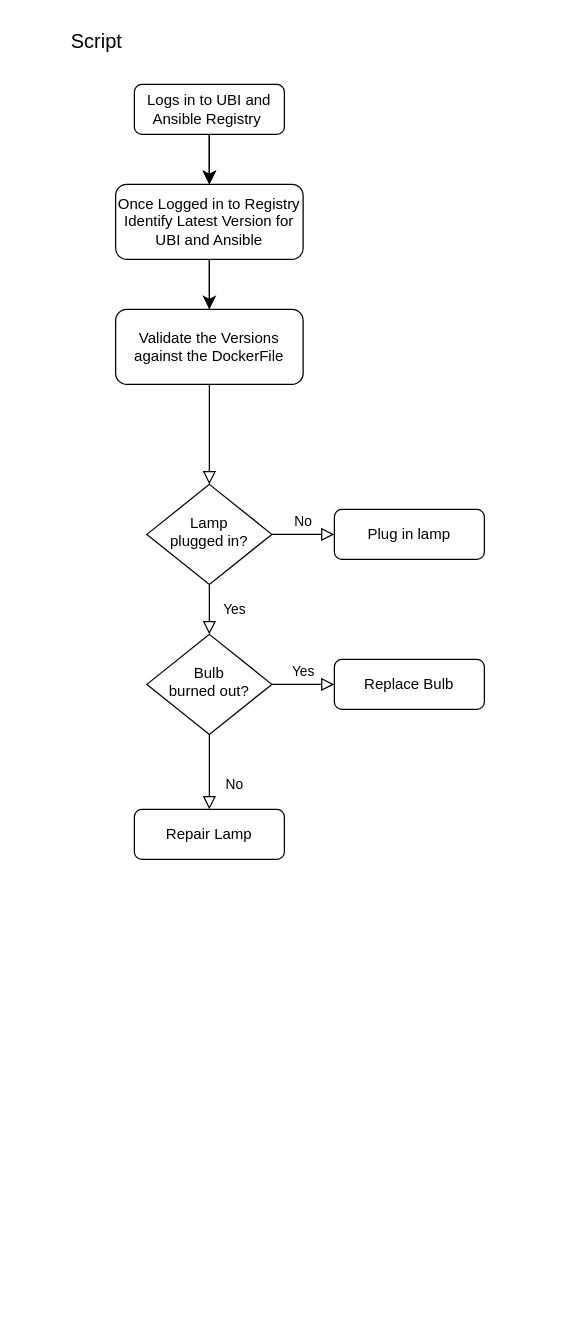
Before: Untitled Diagram.drawio in 87utierrez/BaseImageValidation, a draw.io diagram. Source tidied: cells renumbered, new cells numbered last; positions are measured from the earlier drawing's top-left corner, leaving out a move shared by most shapes. Both pictures are drawn from the tidied source at 125%, with x=0, y=0 at pixel (21, 21).
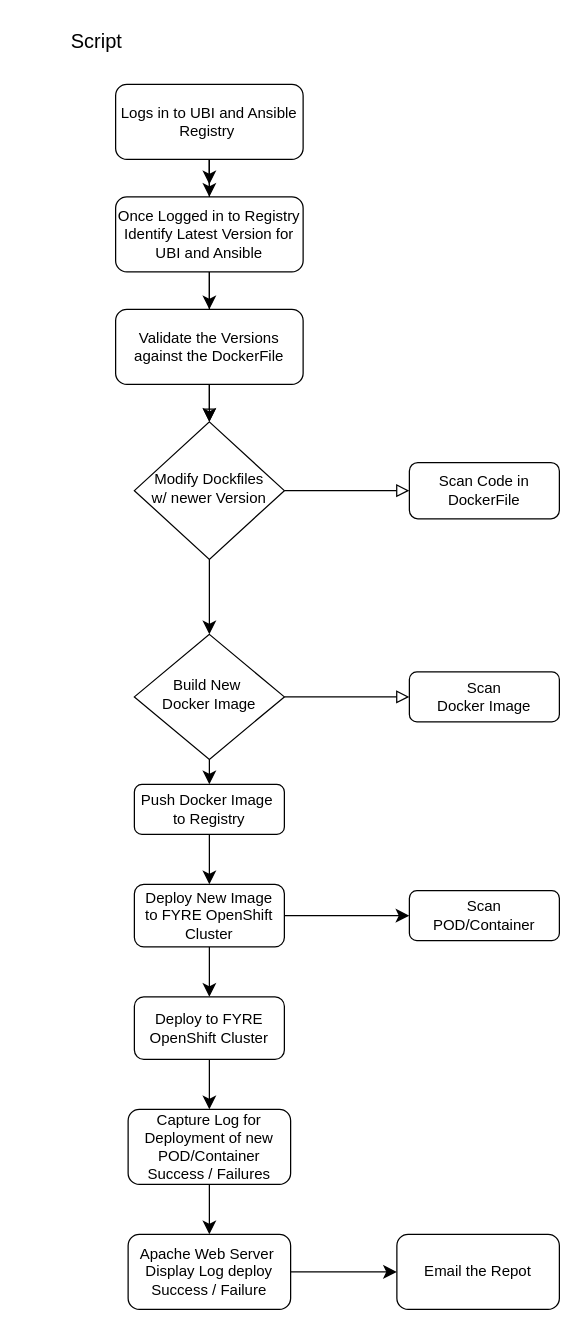
Above is the later version.

The change refers to these unchanged cells:
```xml
<mxCell id="18" value="Validate the Versions against the DockerFile" style="rounded=1;whiteSpace=wrap;html=1;fontSize=12;glass=0;strokeWidth=1;shadow=0;" parent="1" vertex="1">
  <mxGeometry x="75" y="230" width="150" height="60" as="geometry" />
</mxCell>
```

Change to the diagram source:
```diff
@@
     <mxCell id="5" value="Logs in to UBI and Ansible Registry&amp;nbsp;" style="rounded=1;whiteSpace=wrap;html=1;fontSize=12;glass=0;strokeWidth=1;shadow=0;" parent="1" vertex="1">
-      <mxGeometry x="90" y="50" width="120" height="40" as="geometry" />
+      <mxGeometry x="75" y="50" width="150" height="60" as="geometry" />
     </mxCell>
-    <mxCell id="6" value="Yes" style="rounded=0;html=1;jettySize=auto;fontSize=11;endArrow=block;endFill=0;endSize=8;strokeWidth=1;shadow=0;labelBackgroundColor=none;edgeStyle=orthogonalEdgeStyle;" parent="1" edge="1" source="8" target="12">
-      <mxGeometry y="20" relative="1" as="geometry" />
-    </mxCell>
-    <mxCell id="7" value="No" style="edgeStyle=orthogonalEdgeStyle;rounded=0;html=1;jettySize=auto;fontSize=11;endArrow=block;endFill=0;endSize=8;strokeWidth=1;shadow=0;labelBackgroundColor=none;" parent="1" edge="1" source="8" target="9">
+    <mxCell id="7" style="edgeStyle=orthogonalEdgeStyle;rounded=0;html=1;jettySize=auto;fontSize=11;endArrow=block;endFill=0;endSize=8;strokeWidth=1;shadow=0;labelBackgroundColor=none;" parent="1" edge="1" source="8" target="9">
       <mxGeometry y="10" relative="1" as="geometry" />
     </mxCell>
-    <mxCell id="8" value="Lamp&lt;br&gt;plugged in?" style="rhombus;whiteSpace=wrap;html=1;shadow=0;fontFamily=Helvetica;fontSize=12;align=center;strokeWidth=1;spacing=6;spacingTop=-4;" parent="1" vertex="1">
-      <mxGeometry x="100" y="370" width="100" height="80" as="geometry" />
+    <mxCell id="8" value="Modify Dockfiles&lt;br&gt;w/ newer Version" style="rhombus;whiteSpace=wrap;html=1;shadow=0;fontFamily=Helvetica;fontSize=12;align=center;strokeWidth=1;spacing=6;spacingTop=-4;" parent="1" vertex="1">
+      <mxGeometry x="90" y="320" width="120" height="110" as="geometry" />
     </mxCell>
-    <mxCell id="9" value="Plug in lamp" style="rounded=1;whiteSpace=wrap;html=1;fontSize=12;glass=0;strokeWidth=1;shadow=0;" parent="1" vertex="1">
-      <mxGeometry x="250" y="390" width="120" height="40" as="geometry" />
+    <mxCell id="9" value="Scan Code in DockerFile" style="rounded=1;whiteSpace=wrap;html=1;fontSize=12;glass=0;strokeWidth=1;shadow=0;" parent="1" vertex="1">
+      <mxGeometry x="310" y="352.5" width="120" height="45" as="geometry" />
     </mxCell>
-    <mxCell id="10" value="No" style="rounded=0;html=1;jettySize=auto;fontSize=11;endArrow=block;endFill=0;endSize=8;strokeWidth=1;shadow=0;labelBackgroundColor=none;edgeStyle=orthogonalEdgeStyle;" parent="1" edge="1" source="12" target="13">
-      <mxGeometry x="0.33" y="20" relative="1" as="geometry" />
-    </mxCell>
-    <mxCell id="11" value="Yes" style="edgeStyle=orthogonalEdgeStyle;rounded=0;html=1;jettySize=auto;fontSize=11;endArrow=block;endFill=0;endSize=8;strokeWidth=1;shadow=0;labelBackgroundColor=none;" parent="1" edge="1" source="12" target="14">
+    <mxCell id="11" style="edgeStyle=orthogonalEdgeStyle;rounded=0;html=1;jettySize=auto;fontSize=11;endArrow=block;endFill=0;endSize=8;strokeWidth=1;shadow=0;labelBackgroundColor=none;" parent="1" edge="1" source="12" target="14">
       <mxGeometry y="10" relative="1" as="geometry" />
     </mxCell>
-    <mxCell id="12" value="Bulb&lt;br&gt;burned out?" style="rhombus;whiteSpace=wrap;html=1;shadow=0;fontFamily=Helvetica;fontSize=12;align=center;strokeWidth=1;spacing=6;spacingTop=-4;" parent="1" vertex="1">
-      <mxGeometry x="100" y="490" width="100" height="80" as="geometry" />
+    <mxCell id="12" value="Build New&amp;nbsp;&lt;br&gt;Docker Image" style="rhombus;whiteSpace=wrap;html=1;shadow=0;fontFamily=Helvetica;fontSize=12;align=center;strokeWidth=1;spacing=6;spacingTop=-4;" parent="1" vertex="1">
+      <mxGeometry x="90" y="490" width="120" height="100" as="geometry" />
     </mxCell>
+    <mxCell id="19" style="edgeStyle=none;curved=1;rounded=0;jettySize=auto;html=1;fontSize=12;startSize=8;endSize=8;" parent="1" edge="1" source="13" target="23">
+      <mxGeometry relative="1" as="geometry" />
+    </mxCell>
-    <mxCell id="13" value="Repair Lamp" style="rounded=1;whiteSpace=wrap;html=1;fontSize=12;glass=0;strokeWidth=1;shadow=0;" parent="1" vertex="1">
-      <mxGeometry x="90" y="630" width="120" height="40" as="geometry" />
+    <mxCell id="13" value="Push Docker Image&amp;nbsp;&lt;br&gt;to Registry" style="rounded=1;whiteSpace=wrap;html=1;fontSize=12;glass=0;strokeWidth=1;shadow=0;" parent="1" vertex="1">
+      <mxGeometry x="90" y="610" width="120" height="40" as="geometry" />
     </mxCell>
-    <mxCell id="14" value="Replace Bulb" style="rounded=1;whiteSpace=wrap;html=1;fontSize=12;glass=0;strokeWidth=1;shadow=0;" parent="1" vertex="1">
-      <mxGeometry x="250" y="510" width="120" height="40" as="geometry" />
+    <mxCell id="14" value="Scan&lt;br&gt;Docker Image" style="rounded=1;whiteSpace=wrap;html=1;fontSize=12;glass=0;strokeWidth=1;shadow=0;" parent="1" vertex="1">
+      <mxGeometry x="310" y="520" width="120" height="40" as="geometry" />
     </mxCell>
@@
     <mxCell id="17" value="Once Logged in to Registry Identify Latest Version for UBI and Ansible" style="rounded=1;whiteSpace=wrap;html=1;fontSize=12;glass=0;strokeWidth=1;shadow=0;" parent="1" vertex="1">
-      <mxGeometry x="75" y="130" width="150" height="60" as="geometry" />
+      <mxGeometry x="75" y="140" width="150" height="60" as="geometry" />
     </mxCell>
+    <mxCell id="20" style="edgeStyle=none;curved=1;rounded=0;jettySize=auto;html=1;fontSize=12;startSize=8;endSize=8;" parent="1" edge="1" source="18" target="8">
+      <mxGeometry relative="1" as="geometry" />
+    </mxCell>
@@
+    <mxCell id="21" style="edgeStyle=none;curved=1;rounded=0;jettySize=auto;html=1;fontSize=12;startSize=8;endSize=8;" parent="1" edge="1" source="23" target="24">
+      <mxGeometry relative="1" as="geometry" />
+    </mxCell>
+    <mxCell id="22" style="edgeStyle=none;curved=1;rounded=0;jettySize=auto;html=1;fontSize=12;startSize=8;endSize=8;" parent="1" edge="1" source="23" target="26">
+      <mxGeometry relative="1" as="geometry" />
+    </mxCell>
+    <mxCell id="23" value="Deploy New Image&lt;br&gt;to FYRE OpenShift Cluster" style="rounded=1;whiteSpace=wrap;html=1;fontSize=12;glass=0;strokeWidth=1;shadow=0;" parent="1" vertex="1">
+      <mxGeometry x="90" y="690" width="120" height="50" as="geometry" />
+    </mxCell>
+    <mxCell id="24" value="Scan&lt;br&gt;POD/Container" style="rounded=1;whiteSpace=wrap;html=1;fontSize=12;glass=0;strokeWidth=1;shadow=0;" parent="1" vertex="1">
+      <mxGeometry x="310" y="695" width="120" height="40" as="geometry" />
+    </mxCell>
+    <mxCell id="25" style="edgeStyle=none;curved=1;rounded=0;jettySize=auto;html=1;fontSize=12;startSize=8;endSize=8;" parent="1" edge="1" source="26" target="28">
+      <mxGeometry relative="1" as="geometry" />
+    </mxCell>
+    <mxCell id="26" value="Deploy to FYRE OpenShift Cluster" style="rounded=1;whiteSpace=wrap;html=1;fontSize=12;glass=0;strokeWidth=1;shadow=0;" parent="1" vertex="1">
+      <mxGeometry x="90" y="780" width="120" height="50" as="geometry" />
+    </mxCell>
+    <mxCell id="10" style="endArrow=classic;html=1;rounded=0;fontSize=12;startSize=8;endSize=8;curved=1;exitX=0.5;exitY=1;exitDx=0;exitDy=0;entryX=0.5;entryY=0;entryDx=0;entryDy=0;" parent="1" edge="1" source="12" target="13">
+      <mxGeometry relative="1" as="geometry" />
+    </mxCell>
+    <mxCell id="6" style="endArrow=classic;html=1;rounded=0;fontSize=12;startSize=8;endSize=8;curved=1;exitX=0.5;exitY=1;exitDx=0;exitDy=0;entryX=0.5;entryY=0;entryDx=0;entryDy=0;" parent="1" edge="1" source="8" target="12">
+      <mxGeometry relative="1" as="geometry" />
+    </mxCell>
+    <mxCell id="27" style="edgeStyle=none;curved=1;rounded=0;jettySize=auto;html=1;fontSize=12;startSize=8;endSize=8;" parent="1" edge="1" source="28" target="30">
+      <mxGeometry relative="1" as="geometry" />
+    </mxCell>
+    <mxCell id="28" value="Capture Log for Deployment of new POD/Container&lt;br&gt;Success / Failures" style="rounded=1;whiteSpace=wrap;html=1;fontSize=12;glass=0;strokeWidth=1;shadow=0;" parent="1" vertex="1">
+      <mxGeometry x="85" y="870" width="130" height="60" as="geometry" />
+    </mxCell>
+    <mxCell id="29" style="edgeStyle=none;curved=1;rounded=0;jettySize=auto;html=1;fontSize=12;startSize=8;endSize=8;" parent="1" edge="1" source="30" target="31">
+      <mxGeometry relative="1" as="geometry" />
+    </mxCell>
+    <mxCell id="30" value="Apache Web Server&amp;nbsp;&lt;br&gt;Display Log deploy&lt;br&gt;Success / Failure" style="rounded=1;whiteSpace=wrap;html=1;fontSize=12;glass=0;strokeWidth=1;shadow=0;" parent="1" vertex="1">
+      <mxGeometry x="85" y="970" width="130" height="60" as="geometry" />
+    </mxCell>
+    <mxCell id="31" value="Email the Repot" style="rounded=1;whiteSpace=wrap;html=1;fontSize=12;glass=0;strokeWidth=1;shadow=0;" parent="1" vertex="1">
+      <mxGeometry x="300" y="970" width="130" height="60" as="geometry" />
+    </mxCell>
```
